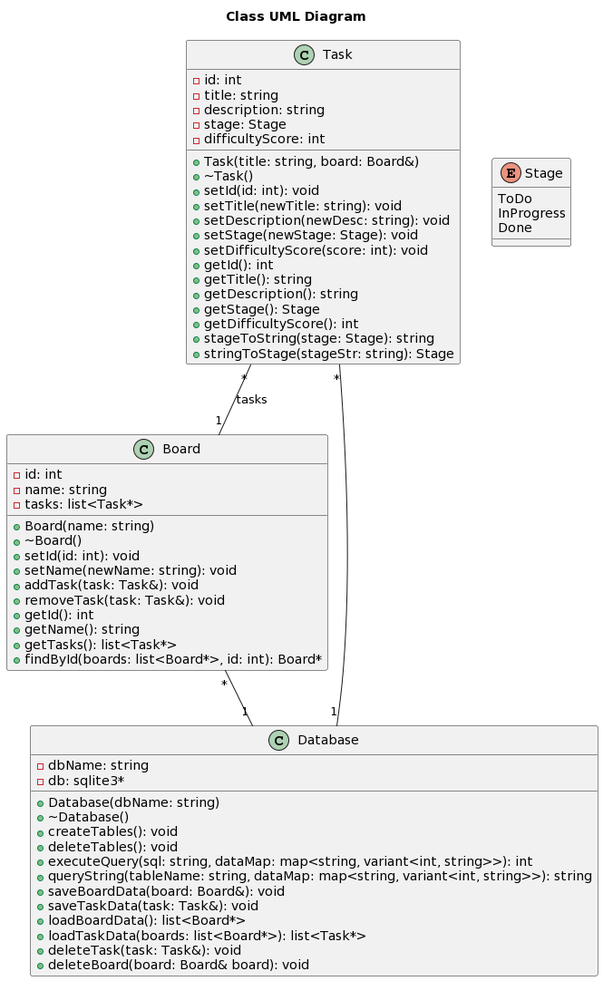
Before: diagrams/classUML.png, a diagram exported from PlantUML (travisformayor/cli_kanban).
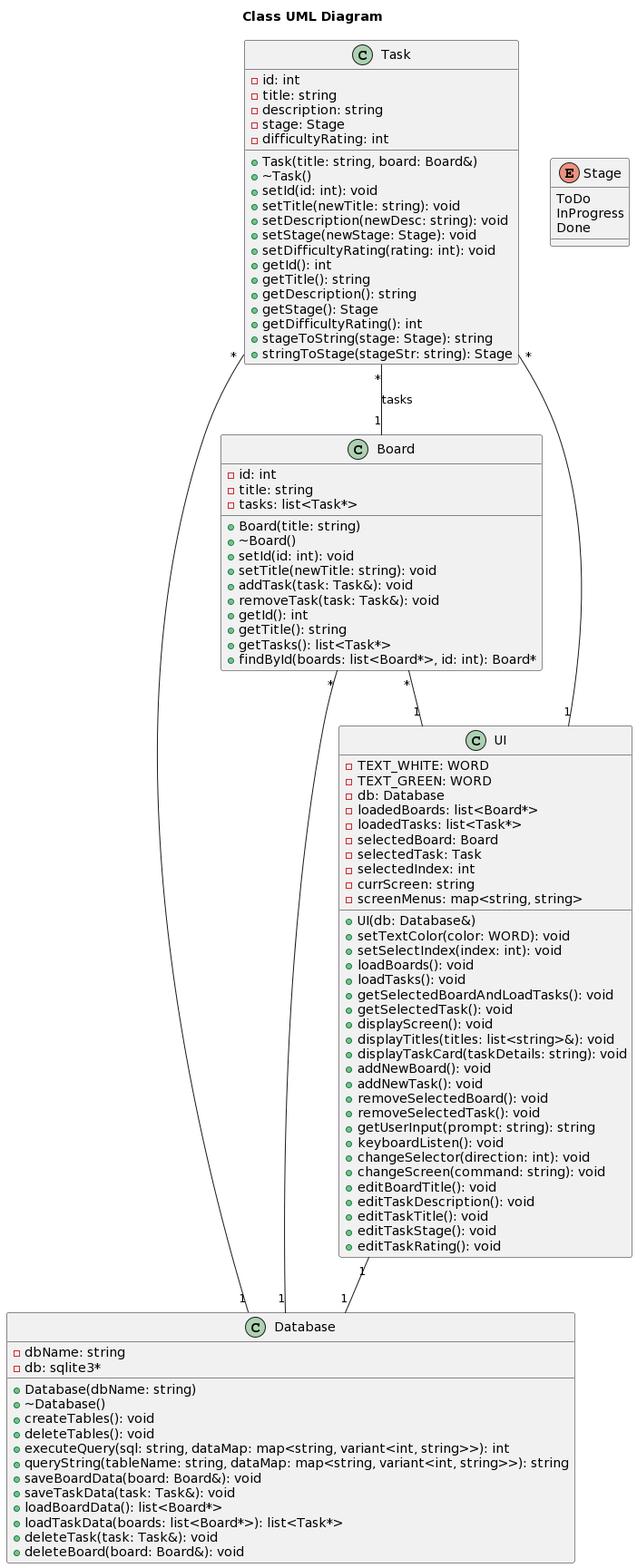
After the commit.

Commit message:
add ui class to uml

What changed in the source:
```diff
@@ -4,6 +4,9 @@
 Task "*" -- "1" Board : tasks
 Task "*" -- "1" Database
 Board "*" -- "1" Database
+Board "*" -- "1" UI
+Task "*" -- "1" UI
+UI "1" -- "1" Database
 
 enum Stage {
   ToDo
@@ -16,37 +19,73 @@
   -title: string
   -description: string
   -stage: Stage
-  -difficultyScore: int
+  -difficultyRating: int
   +Task(title: string, board: Board&)
   +~Task()
   +setId(id: int): void
   +setTitle(newTitle: string): void
   +setDescription(newDesc: string): void
   +setStage(newStage: Stage): void
-  +setDifficultyScore(score: int): void
+  +setDifficultyRating(rating: int): void
   +getId(): int
   +getTitle(): string
   +getDescription(): string
   +getStage(): Stage
-  +getDifficultyScore(): int
+  +getDifficultyRating(): int
   +stageToString(stage: Stage): string
   +stringToStage(stageStr: string): Stage
 }
 
 class Board {
   -id: int
-  -name: string
+  -title: string
   -tasks: list<Task*>
-  +Board(name: string)
+  +Board(title: string)
   +~Board()
   +setId(id: int): void
-  +setName(newName: string): void
+  +setTitle(newTitle: string): void
   +addTask(task: Task&): void
   +removeTask(task: Task&): void
   +getId(): int
-  +getName(): string
+  +getTitle(): string
   +getTasks(): list<Task*>
   +findById(boards: list<Board*>, id: int): Board*
+}
+
+class UI {
+  -TEXT_WHITE: WORD
+  -TEXT_GREEN: WORD
+  -db: Database
+  -loadedBoards: list<Board*>
+  -loadedTasks: list<Task*>
+  -selectedBoard: Board
+  -selectedTask: Task
+  -selectedIndex: int
+  -currScreen: string
+  -screenMenus: map<string, string>
+  +UI(db: Database&)
+  +setTextColor(color: WORD): void
+  +setSelectIndex(index: int): void
+  +loadBoards(): void
+  +loadTasks(): void
+  +getSelectedBoardAndLoadTasks(): void
+  +getSelectedTask(): void
+  +displayScreen(): void
+  +displayTitles(titles: list<string>&): void
+  +displayTaskCard(taskDetails: string): void
+  +addNewBoard(): void
+  +addNewTask(): void
+  +removeSelectedBoard(): void
+  +removeSelectedTask(): void
+  +getUserInput(prompt: string): string
+  +keyboardListen(): void
+  +changeSelector(direction: int): void
+  +changeScreen(command: string): void
+  +editBoardTitle(): void
+  +editTaskDescription(): void
+  +editTaskTitle(): void
+  +editTaskStage(): void
+  +editTaskRating(): void
 }
 
 class Database {
@@ -63,6 +102,6 @@
   +loadBoardData(): list<Board*>
   +loadTaskData(boards: list<Board*>): list<Task*>
   +deleteTask(task: Task&): void
-  +deleteBoard(board: Board& board): void
+  +deleteBoard(board: Board&): void
 }
 @enduml
```
